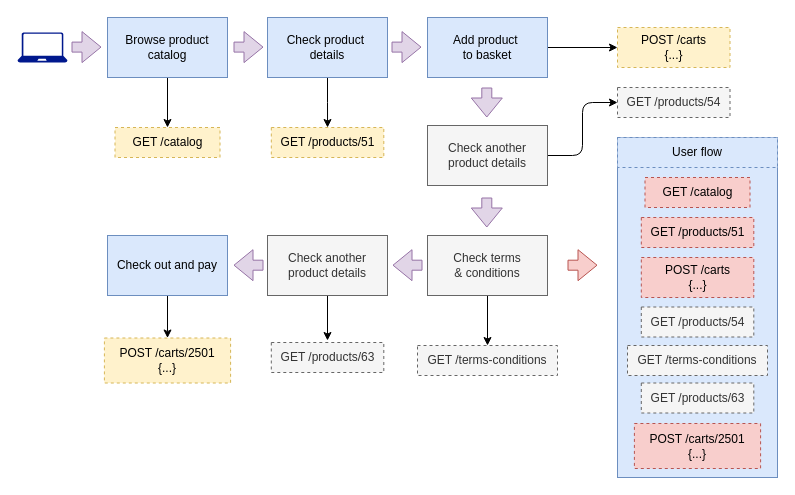
The draw.io diagram page "6.16" (16 of 16) of ch06.drawio in abunuwas/api-sec-book-imgs, before the edit. Source tidied: cells renumbered, new cells numbered last; positions are measured from the earlier drawing's top-left corner, leaving out a move shared by most shapes. Both pictures are drawn from the tidied source at 100%, with x=0, y=0 at pixel (17, 17).
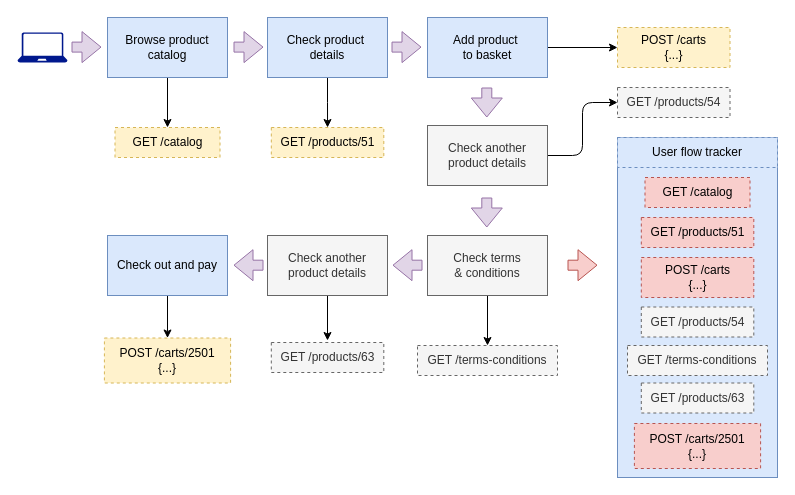
The same page after the edit.

Diff of the diagram source:
```diff
@@
-    <mxCell id="38" value="User flow" style="text;html=1;align=center;verticalAlign=middle;whiteSpace=wrap;rounded=0;strokeColor=#6c8ebf;dashed=1;fillColor=#dae8fc;" parent="1" vertex="1">
+    <mxCell id="38" value="User flow tracker" style="text;html=1;align=center;verticalAlign=middle;whiteSpace=wrap;rounded=0;strokeColor=#6c8ebf;dashed=1;fillColor=#dae8fc;" parent="1" vertex="1">
       <mxGeometry x="600" y="120" width="160" height="30" as="geometry" />
     </mxCell>
```
